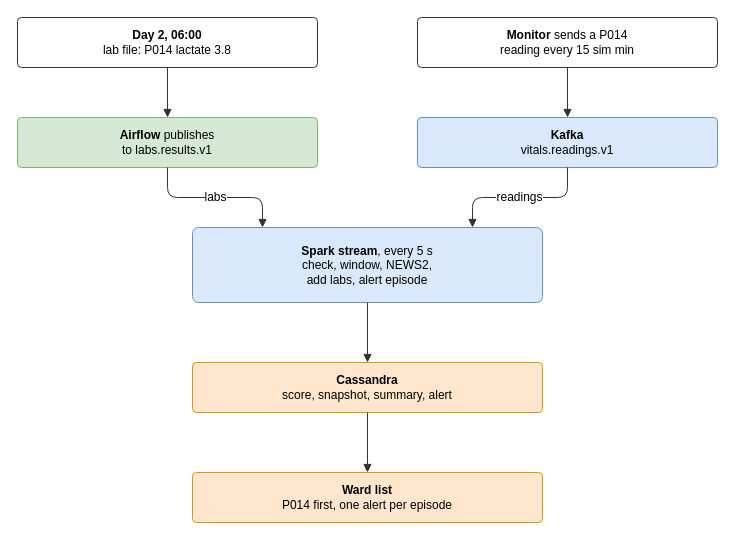
Earlier version of the draw.io diagram docs/diagrams/D3-event-sequence.drawio (Ashfaq-Riyaldeen/hospital-vitals-kappa). Source tidied: cells renumbered, new cells numbered last; positions are measured from the earlier drawing's top-left corner, leaving out a move shared by most shapes. Both pictures are drawn from the tidied source at 100%, with x=0, y=0 at pixel (17, 17).
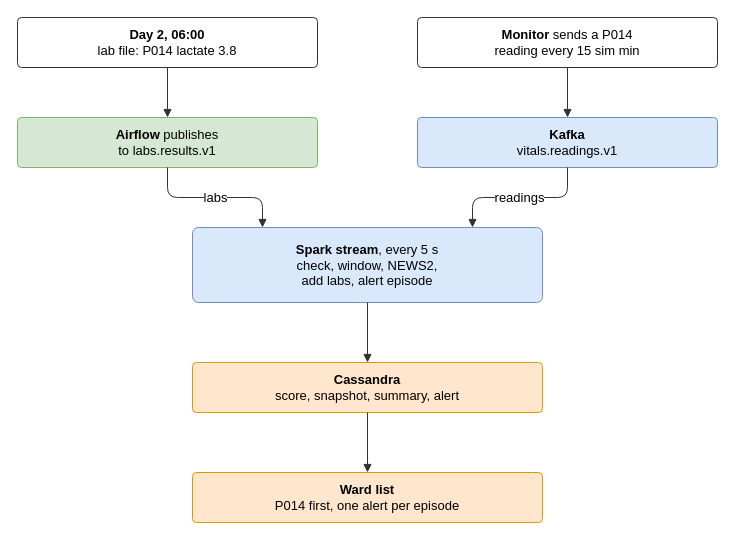
The same diagram, later.

What changed in the source:
```diff
@@
 <mxGraphModel>
   <root>
     <mxCell id="0" />
     <mxCell id="1" parent="0" />
-    <mxCell id="2" value="&lt;b&gt;Day 2, 06:00&lt;/b&gt;&lt;br&gt;lab file: P014 lactate 3.8" style="whiteSpace=wrap;html=1;rounded=1;arcSize=8;fontFamily=Helvetica;fontSize=12;fillColor=#ffffff;strokeColor=#333333;" parent="1" vertex="1">
+    <mxCell id="2" value="&lt;b&gt;Day 2, 06:00&lt;/b&gt;&lt;br&gt;lab file: P014 lactate 3.8" style="whiteSpace=wrap;html=1;rounded=1;arcSize=8;fontFamily=Helvetica;fontSize=13;fillColor=#ffffff;strokeColor=#333333;" parent="1" vertex="1">
       <mxGeometry width="300" height="50" as="geometry" />
     </mxCell>
-    <mxCell id="3" value="&lt;b&gt;Airflow&lt;/b&gt; publishes&lt;br&gt;to labs.results.v1" style="whiteSpace=wrap;html=1;rounded=1;arcSize=8;fontFamily=Helvetica;fontSize=12;fillColor=#d5e8d4;strokeColor=#82b366;" parent="1" vertex="1">
+    <mxCell id="3" value="&lt;b&gt;Airflow&lt;/b&gt; publishes&lt;br&gt;to labs.results.v1" style="whiteSpace=wrap;html=1;rounded=1;arcSize=8;fontFamily=Helvetica;fontSize=13;fillColor=#d5e8d4;strokeColor=#82b366;" parent="1" vertex="1">
       <mxGeometry y="100" width="300" height="50" as="geometry" />
     </mxCell>
-    <mxCell id="4" value="&lt;b&gt;Monitor&lt;/b&gt; sends a P014&lt;br&gt;reading every 15 sim min" style="whiteSpace=wrap;html=1;rounded=1;arcSize=8;fontFamily=Helvetica;fontSize=12;fillColor=#ffffff;strokeColor=#333333;" parent="1" vertex="1">
+    <mxCell id="4" value="&lt;b&gt;Monitor&lt;/b&gt; sends a P014&lt;br&gt;reading every 15 sim min" style="whiteSpace=wrap;html=1;rounded=1;arcSize=8;fontFamily=Helvetica;fontSize=13;fillColor=#ffffff;strokeColor=#333333;" parent="1" vertex="1">
       <mxGeometry x="400" width="300" height="50" as="geometry" />
     </mxCell>
-    <mxCell id="5" value="&lt;b&gt;Kafka&lt;/b&gt;&lt;br&gt;vitals.readings.v1" style="whiteSpace=wrap;html=1;rounded=1;arcSize=8;fontFamily=Helvetica;fontSize=12;fillColor=#dae8fc;strokeColor=#6c8ebf;" parent="1" vertex="1">
+    <mxCell id="5" value="&lt;b&gt;Kafka&lt;/b&gt;&lt;br&gt;vitals.readings.v1" style="whiteSpace=wrap;html=1;rounded=1;arcSize=8;fontFamily=Helvetica;fontSize=13;fillColor=#dae8fc;strokeColor=#6c8ebf;" parent="1" vertex="1">
       <mxGeometry x="400" y="100" width="300" height="50" as="geometry" />
     </mxCell>
-    <mxCell id="6" value="&lt;b&gt;Spark stream&lt;/b&gt;, every 5 s&lt;br&gt;check, window, NEWS2,&lt;br&gt;add labs, alert episode" style="whiteSpace=wrap;html=1;rounded=1;arcSize=8;fontFamily=Helvetica;fontSize=12;fillColor=#dae8fc;strokeColor=#6c8ebf;" parent="1" vertex="1">
+    <mxCell id="6" value="&lt;b&gt;Spark stream&lt;/b&gt;, every 5 s&lt;br&gt;check, window, NEWS2,&lt;br&gt;add labs, alert episode" style="whiteSpace=wrap;html=1;rounded=1;arcSize=8;fontFamily=Helvetica;fontSize=13;fillColor=#dae8fc;strokeColor=#6c8ebf;" parent="1" vertex="1">
       <mxGeometry x="175" y="210" width="350" height="75" as="geometry" />
     </mxCell>
-    <mxCell id="7" value="&lt;b&gt;Cassandra&lt;/b&gt;&lt;br&gt;score, snapshot, summary, alert" style="whiteSpace=wrap;html=1;rounded=1;arcSize=8;fontFamily=Helvetica;fontSize=12;fillColor=#ffe6cc;strokeColor=#d79b00;" parent="1" vertex="1">
+    <mxCell id="7" value="&lt;b&gt;Cassandra&lt;/b&gt;&lt;br&gt;score, snapshot, summary, alert" style="whiteSpace=wrap;html=1;rounded=1;arcSize=8;fontFamily=Helvetica;fontSize=13;fillColor=#ffe6cc;strokeColor=#d79b00;" parent="1" vertex="1">
       <mxGeometry x="175" y="345" width="350" height="50" as="geometry" />
     </mxCell>
-    <mxCell id="8" value="&lt;b&gt;Ward list&lt;/b&gt;&lt;br&gt;P014 first, one alert per episode" style="whiteSpace=wrap;html=1;rounded=1;arcSize=8;fontFamily=Helvetica;fontSize=12;fillColor=#ffe6cc;strokeColor=#d79b00;" parent="1" vertex="1">
+    <mxCell id="8" value="&lt;b&gt;Ward list&lt;/b&gt;&lt;br&gt;P014 first, one alert per episode" style="whiteSpace=wrap;html=1;rounded=1;arcSize=8;fontFamily=Helvetica;fontSize=13;fillColor=#ffe6cc;strokeColor=#d79b00;" parent="1" vertex="1">
       <mxGeometry x="175" y="455" width="350" height="50" as="geometry" />
     </mxCell>
-    <mxCell id="9" style="edgeStyle=orthogonalEdgeStyle;rounded=1;html=1;endArrow=block;endFill=1;fontFamily=Helvetica;fontSize=12;labelBackgroundColor=#ffffff;strokeColor=#333333;jumpStyle=arc;jumpSize=8;exitX=0.5;exitY=1;exitDx=0;exitDy=0;entryX=0.5;entryY=0;entryDx=0;entryDy=0;" parent="1" edge="1" source="2" target="3">
+    <mxCell id="9" style="edgeStyle=orthogonalEdgeStyle;rounded=1;html=1;endArrow=block;endFill=1;fontFamily=Helvetica;fontSize=13;labelBackgroundColor=#ffffff;strokeColor=#333333;jumpStyle=arc;jumpSize=8;exitX=0.5;exitY=1;exitDx=0;exitDy=0;entryX=0.5;entryY=0;entryDx=0;entryDy=0;" parent="1" edge="1" source="2" target="3">
       <mxGeometry relative="1" as="geometry" />
     </mxCell>
-    <mxCell id="10" style="edgeStyle=orthogonalEdgeStyle;rounded=1;html=1;endArrow=block;endFill=1;fontFamily=Helvetica;fontSize=12;labelBackgroundColor=#ffffff;strokeColor=#333333;jumpStyle=arc;jumpSize=8;exitX=0.5;exitY=1;exitDx=0;exitDy=0;entryX=0.5;entryY=0;entryDx=0;entryDy=0;" parent="1" edge="1" source="4" target="5">
+    <mxCell id="10" style="edgeStyle=orthogonalEdgeStyle;rounded=1;html=1;endArrow=block;endFill=1;fontFamily=Helvetica;fontSize=13;labelBackgroundColor=#ffffff;strokeColor=#333333;jumpStyle=arc;jumpSize=8;exitX=0.5;exitY=1;exitDx=0;exitDy=0;entryX=0.5;entryY=0;entryDx=0;entryDy=0;" parent="1" edge="1" source="4" target="5">
       <mxGeometry relative="1" as="geometry" />
     </mxCell>
-    <mxCell id="11" value="labs" style="edgeStyle=orthogonalEdgeStyle;rounded=1;html=1;endArrow=block;endFill=1;fontFamily=Helvetica;fontSize=12;labelBackgroundColor=#ffffff;strokeColor=#333333;jumpStyle=arc;jumpSize=8;exitX=0.5;exitY=1;exitDx=0;exitDy=0;entryX=0.2;entryY=0;entryDx=0;entryDy=0;" parent="1" edge="1" source="3" target="6">
+    <mxCell id="11" value="labs" style="edgeStyle=orthogonalEdgeStyle;rounded=1;html=1;endArrow=block;endFill=1;fontFamily=Helvetica;fontSize=13;labelBackgroundColor=#ffffff;strokeColor=#333333;jumpStyle=arc;jumpSize=8;exitX=0.5;exitY=1;exitDx=0;exitDy=0;entryX=0.2;entryY=0;entryDx=0;entryDy=0;" parent="1" edge="1" source="3" target="6">
       <mxGeometry relative="1" as="geometry" />
     </mxCell>
-    <mxCell id="12" value="readings" style="edgeStyle=orthogonalEdgeStyle;rounded=1;html=1;endArrow=block;endFill=1;fontFamily=Helvetica;fontSize=12;labelBackgroundColor=#ffffff;strokeColor=#333333;jumpStyle=arc;jumpSize=8;exitX=0.5;exitY=1;exitDx=0;exitDy=0;entryX=0.8;entryY=0;entryDx=0;entryDy=0;" parent="1" edge="1" source="5" target="6">
+    <mxCell id="12" value="readings" style="edgeStyle=orthogonalEdgeStyle;rounded=1;html=1;endArrow=block;endFill=1;fontFamily=Helvetica;fontSize=13;labelBackgroundColor=#ffffff;strokeColor=#333333;jumpStyle=arc;jumpSize=8;exitX=0.5;exitY=1;exitDx=0;exitDy=0;entryX=0.8;entryY=0;entryDx=0;entryDy=0;" parent="1" edge="1" source="5" target="6">
       <mxGeometry relative="1" as="geometry" />
     </mxCell>
-    <mxCell id="13" style="edgeStyle=orthogonalEdgeStyle;rounded=1;html=1;endArrow=block;endFill=1;fontFamily=Helvetica;fontSize=12;labelBackgroundColor=#ffffff;strokeColor=#333333;jumpStyle=arc;jumpSize=8;exitX=0.5;exitY=1;exitDx=0;exitDy=0;entryX=0.5;entryY=0;entryDx=0;entryDy=0;" parent="1" edge="1" source="6" target="7">
+    <mxCell id="13" style="edgeStyle=orthogonalEdgeStyle;rounded=1;html=1;endArrow=block;endFill=1;fontFamily=Helvetica;fontSize=13;labelBackgroundColor=#ffffff;strokeColor=#333333;jumpStyle=arc;jumpSize=8;exitX=0.5;exitY=1;exitDx=0;exitDy=0;entryX=0.5;entryY=0;entryDx=0;entryDy=0;" parent="1" edge="1" source="6" target="7">
       <mxGeometry relative="1" as="geometry" />
     </mxCell>
-    <mxCell id="14" style="edgeStyle=orthogonalEdgeStyle;rounded=1;html=1;endArrow=block;endFill=1;fontFamily=Helvetica;fontSize=12;labelBackgroundColor=#ffffff;strokeColor=#333333;jumpStyle=arc;jumpSize=8;exitX=0.5;exitY=1;exitDx=0;exitDy=0;entryX=0.5;entryY=0;entryDx=0;entryDy=0;" parent="1" edge="1" source="7" target="8">
+    <mxCell id="14" style="edgeStyle=orthogonalEdgeStyle;rounded=1;html=1;endArrow=block;endFill=1;fontFamily=Helvetica;fontSize=13;labelBackgroundColor=#ffffff;strokeColor=#333333;jumpStyle=arc;jumpSize=8;exitX=0.5;exitY=1;exitDx=0;exitDy=0;entryX=0.5;entryY=0;entryDx=0;entryDy=0;" parent="1" edge="1" source="7" target="8">
       <mxGeometry relative="1" as="geometry" />
     </mxCell>
   </root>
 </mxGraphModel>
```
